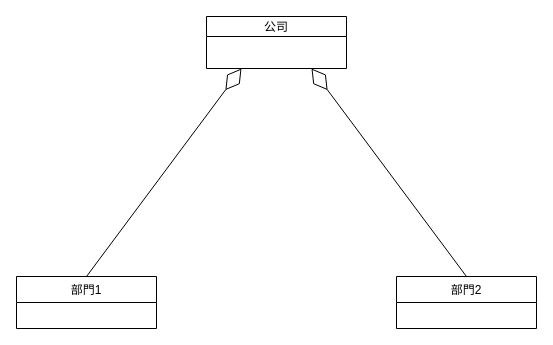
The draw.io diagram page "聚合" (1 of 2) of ans.drawio in Zong789/110-2QZ2, before the edit. Source tidied: cells renumbered, new cells numbered last; positions are measured from the earlier drawing's top-left corner, leaving out a move shared by most shapes. Both pictures are drawn from the tidied source at 100%, with x=0, y=0 at pixel (16, 16).
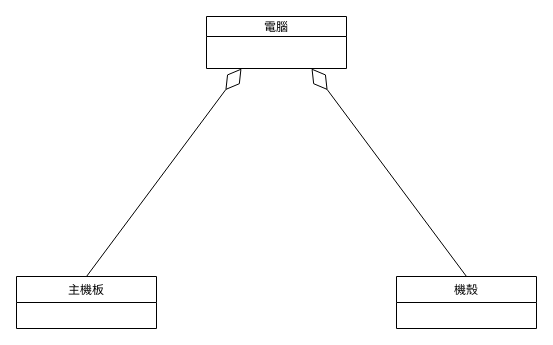
The same diagram, later.

Change to the diagram source:
```diff
@@
 <mxGraphModel>
   <root>
     <mxCell id="0" />
     <mxCell id="1" parent="0" />
-    <mxCell id="2" value="公司" style="swimlane;fontStyle=0;horizontal=1;startSize=20;fillColor=none;" parent="1" vertex="1">
+    <mxCell id="2" value="電腦" style="swimlane;fontStyle=0;horizontal=1;startSize=20;fillColor=none;" parent="1" vertex="1">
       <mxGeometry x="190" width="140" height="52" as="geometry" />
     </mxCell>
-    <mxCell id="3" value="部門1" style="swimlane;fontStyle=0;horizontal=1;startSize=26;fillColor=none;" parent="1" vertex="1">
+    <mxCell id="3" value="主機板" style="swimlane;fontStyle=0;horizontal=1;startSize=26;fillColor=none;" parent="1" vertex="1">
       <mxGeometry y="260" width="140" height="52" as="geometry" />
     </mxCell>
-    <mxCell id="4" value="部門2" style="swimlane;fontStyle=0;horizontal=1;startSize=26;fillColor=none;" parent="1" vertex="1">
+    <mxCell id="4" value="機殼" style="swimlane;fontStyle=0;horizontal=1;startSize=26;fillColor=none;" parent="1" vertex="1">
       <mxGeometry x="380" y="260" width="140" height="52" as="geometry" />
     </mxCell>
     <mxCell id="5" style="endArrow=diamondThin;endFill=0;endSize=24;html=1;rounded=0;exitX=0.5;exitY=0;exitDx=0;exitDy=0;entryX=0.25;entryY=1;entryDx=0;entryDy=0;" parent="1" edge="1" source="3" target="2">
       <mxGeometry relative="1" as="geometry" />
     </mxCell>
     <mxCell id="6" style="endArrow=diamondThin;endFill=0;endSize=24;html=1;rounded=0;exitX=0.5;exitY=0;exitDx=0;exitDy=0;entryX=0.75;entryY=1;entryDx=0;entryDy=0;" parent="1" edge="1" source="4" target="2">
       <mxGeometry relative="1" as="geometry" />
     </mxCell>
   </root>
 </mxGraphModel>
```
